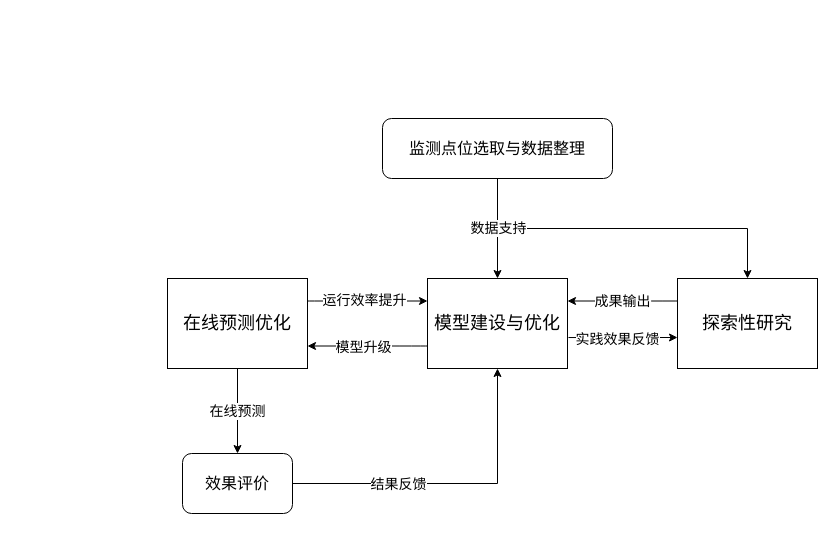
Earlier version of the draw.io diagram LandSlideWorkflow.drawio (coconutn256/studyFiles). Source tidied: cells renumbered, new cells numbered last; positions are measured from the earlier drawing's top-left corner, leaving out a move shared by most shapes. Both pictures are drawn from the tidied source at 100%, with x=0, y=0 at pixel (167, 118).
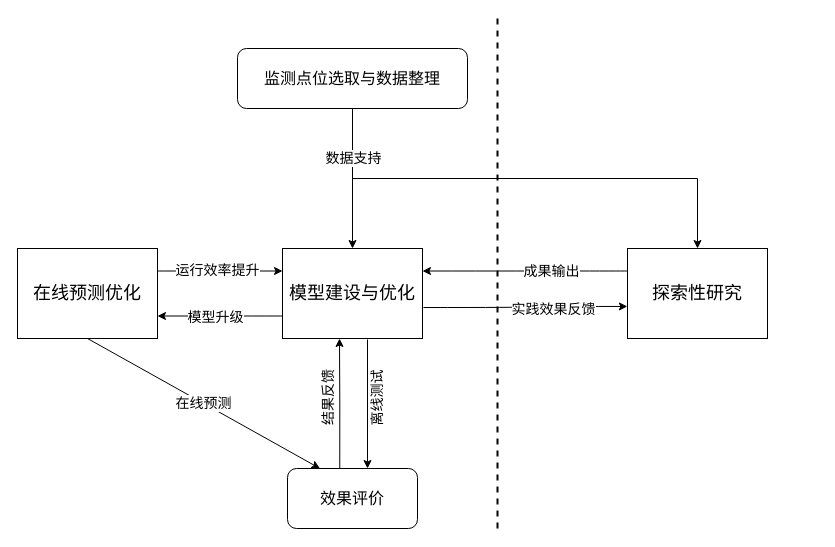
Above is the later version.

Unchanged cells that the change refers to:
```xml
<mxCell id="17" style="edgeStyle=orthogonalEdgeStyle;rounded=0;jettySize=auto;html=1;exitX=0.5;exitY=1;exitDx=0;exitDy=0;entryX=0.5;entryY=0;entryDx=0;entryDy=0;fontSize=14;" parent="1" edge="1" source="19" target="13">
  <mxGeometry relative="1" as="geometry" />
</mxCell>
```

What changed in the source:
```diff
@@
-    <mxCell id="4" value="在线预测" style="rounded=0;jettySize=auto;html=1;exitX=0.5;exitY=1;exitDx=0;exitDy=0;entryX=0.5;entryY=0;entryDx=0;entryDy=0;fontSize=14;exitPerimeter=0;" parent="1" edge="1" source="11" target="10">
+    <mxCell id="4" value="在线预测" style="rounded=0;jettySize=auto;html=1;exitX=0.5;exitY=1;exitDx=0;exitDy=0;entryX=0.25;entryY=0;entryDx=0;entryDy=0;fontSize=14;exitPerimeter=0;" parent="1" edge="1" source="11" target="10">
       <mxGeometry relative="1" as="geometry" />
     </mxCell>
@@
     <mxCell id="7" value="成果输出" style="edgeStyle=orthogonalEdgeStyle;curved=1;rounded=0;jettySize=auto;html=1;exitX=0;exitY=0.25;exitDx=0;exitDy=0;entryX=1;entryY=0.25;entryDx=0;entryDy=0;fontSize=14;" parent="1" edge="1" source="13" target="12">
-      <mxGeometry relative="1" as="geometry" />
+      <mxGeometry x="-0.26" relative="1" as="geometry" />
     </mxCell>
-    <mxCell id="8" style="edgeStyle=orthogonalEdgeStyle;rounded=0;jettySize=auto;html=1;exitX=1;exitY=0.5;exitDx=0;exitDy=0;entryX=0.5;entryY=1;entryDx=0;entryDy=0;fontSize=14;" parent="1" edge="1" source="10" target="12">
-      <mxGeometry relative="1" as="geometry" />
+    <mxCell id="8" style="edgeStyle=orthogonalEdgeStyle;rounded=0;jettySize=auto;html=1;exitX=0.402;exitY=0.033;exitDx=0;exitDy=0;fontSize=14;exitPerimeter=0;" parent="1" edge="1" source="10">
+      <mxGeometry relative="1" as="geometry">
+        <mxPoint x="172" y="220" as="targetPoint" />
+      </mxGeometry>
     </mxCell>
-    <mxCell id="9" value="结果反馈" style="edgeLabel;html=1;align=center;verticalAlign=middle;fontSize=14;" parent="8" vertex="1">
+    <mxCell id="9" value="结果反馈" style="edgeLabel;html=1;align=center;verticalAlign=middle;fontSize=14;horizontal=0;" parent="8" vertex="1">
       <mxGeometry x="0.36" y="1" relative="1" as="geometry">
-        <mxPoint x="-99" y="13" as="offset" />
+        <mxPoint x="-11" y="18" as="offset" />
       </mxGeometry>
     </mxCell>
     <mxCell id="10" value="效果评价" style="rounded=1;whiteSpace=wrap;html=1;fontSize=16;" parent="1" vertex="1">
-      <mxGeometry x="15" y="335" width="110" height="60" as="geometry" />
+      <mxGeometry x="120" y="350" width="130" height="60" as="geometry" />
     </mxCell>
     <mxCell id="11" value="&lt;font style=&quot;font-size: 18px&quot;&gt;在线预测优化&lt;/font&gt;" style="rounded=0;whiteSpace=wrap;html=1;fontSize=14;" parent="1" vertex="1">
-      <mxGeometry y="160" width="140" height="90" as="geometry" />
+      <mxGeometry x="-150" y="130" width="140" height="90" as="geometry" />
     </mxCell>
+    <mxCell id="20" value="离线测试" style="edgeStyle=orthogonalEdgeStyle;rounded=0;orthogonalLoop=1;jettySize=auto;html=1;fontSize=14;horizontal=0;" parent="1" edge="1">
+      <mxGeometry x="-0.09" y="10" relative="1" as="geometry">
+        <mxPoint x="200" y="221" as="sourcePoint" />
+        <mxPoint x="200" y="350" as="targetPoint" />
+        <Array as="points">
+          <mxPoint x="200" y="221" />
+          <mxPoint x="200" y="350" />
+        </Array>
+      </mxGeometry>
+    </mxCell>
     <mxCell id="12" value="&lt;font style=&quot;font-size: 18px&quot;&gt;模型建设与优化&lt;/font&gt;" style="rounded=0;whiteSpace=wrap;html=1;fontSize=14;" parent="1" vertex="1">
-      <mxGeometry x="260" y="160" width="140" height="90" as="geometry" />
+      <mxGeometry x="115" y="130" width="140" height="90" as="geometry" />
     </mxCell>
     <mxCell id="13" value="&lt;font style=&quot;font-size: 18px&quot;&gt;探索性研究&lt;/font&gt;" style="rounded=0;whiteSpace=wrap;html=1;fontSize=14;" parent="1" vertex="1">
-      <mxGeometry x="510" y="160" width="140" height="90" as="geometry" />
+      <mxGeometry x="460" y="130" width="140" height="90" as="geometry" />
     </mxCell>
-    <mxCell id="14" style="edgeStyle=orthogonalEdgeStyle;curved=1;rounded=0;jettySize=auto;html=1;exitX=1.007;exitY=0.656;exitDx=0;exitDy=0;fontSize=14;exitPerimeter=0;" parent="1" edge="1" source="12">
-      <mxGeometry relative="1" as="geometry">
-        <mxPoint x="510" y="219" as="targetPoint" />
-      </mxGeometry>
+    <mxCell id="14" style="edgeStyle=orthogonalEdgeStyle;curved=1;rounded=0;jettySize=auto;html=1;exitX=1.007;exitY=0.656;exitDx=0;exitDy=0;fontSize=14;exitPerimeter=0;entryX=-0.001;entryY=0.644;entryDx=0;entryDy=0;entryPerimeter=0;" parent="1" edge="1" source="12" target="13">
+      <mxGeometry relative="1" as="geometry" />
     </mxCell>
     <mxCell id="15" value="实践效果反馈" style="edgeLabel;html=1;align=center;verticalAlign=middle;fontSize=14;" parent="14" vertex="1">
       <mxGeometry x="-0.21" y="-1" relative="1" as="geometry">
-        <mxPoint x="6" as="offset" />
+        <mxPoint x="49" as="offset" />
       </mxGeometry>
     </mxCell>
@@
     <mxCell id="18" value="数据支持" style="edgeLabel;html=1;align=center;verticalAlign=middle;fontSize=14;" parent="17" vertex="1">
       <mxGeometry x="-0.77" y="2" relative="1" as="geometry">
-        <mxPoint x="-2" y="9" as="offset" />
+        <mxPoint x="-2" y="-7" as="offset" />
       </mxGeometry>
     </mxCell>
     <mxCell id="19" value="监测点位选取与数据整理" style="rounded=1;whiteSpace=wrap;html=1;fontSize=16;" parent="1" vertex="1">
-      <mxGeometry x="215" width="230" height="60" as="geometry" />
+      <mxGeometry x="70" y="-70" width="230" height="60" as="geometry" />
     </mxCell>
+    <mxCell id="21" style="endArrow=none;dashed=1;html=1;fontSize=14;spacing=3;strokeWidth=2;" parent="1" edge="1">
+      <mxGeometry relative="1" as="geometry">
+        <mxPoint x="330" y="410" as="sourcePoint" />
+        <mxPoint x="330" y="-100" as="targetPoint" />
+      </mxGeometry>
+    </mxCell>
```
